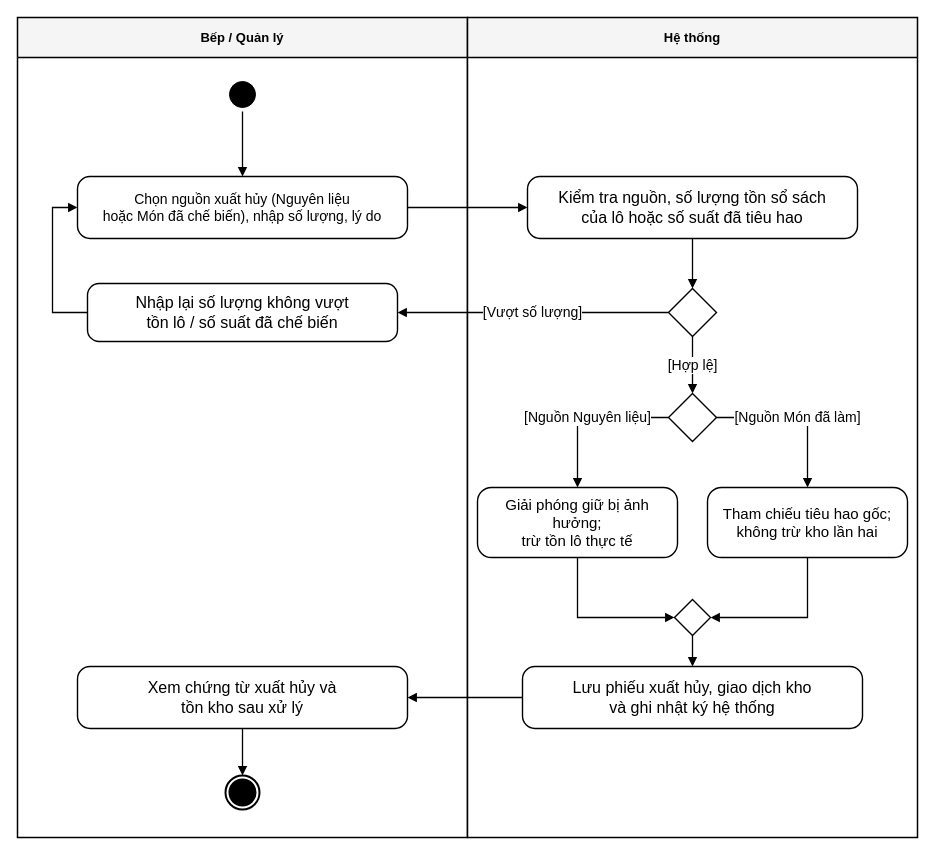
The draw.io diagram page "QT-16 — Xuất hủy nguyên liệu và món đã chế biến" (16 of 23) of docs/Quy_trinh_nghiep_vu_HeThongQuanLyNhaHang.drawio in nminhzzz/restaurant-management-ai, before the edit. Source tidied: cells renumbered, new cells numbered last; positions are measured from the earlier drawing's top-left corner, leaving out a move shared by most shapes. Both pictures are drawn from the tidied source at 100%, with x=0, y=0 at pixel (17, 17).
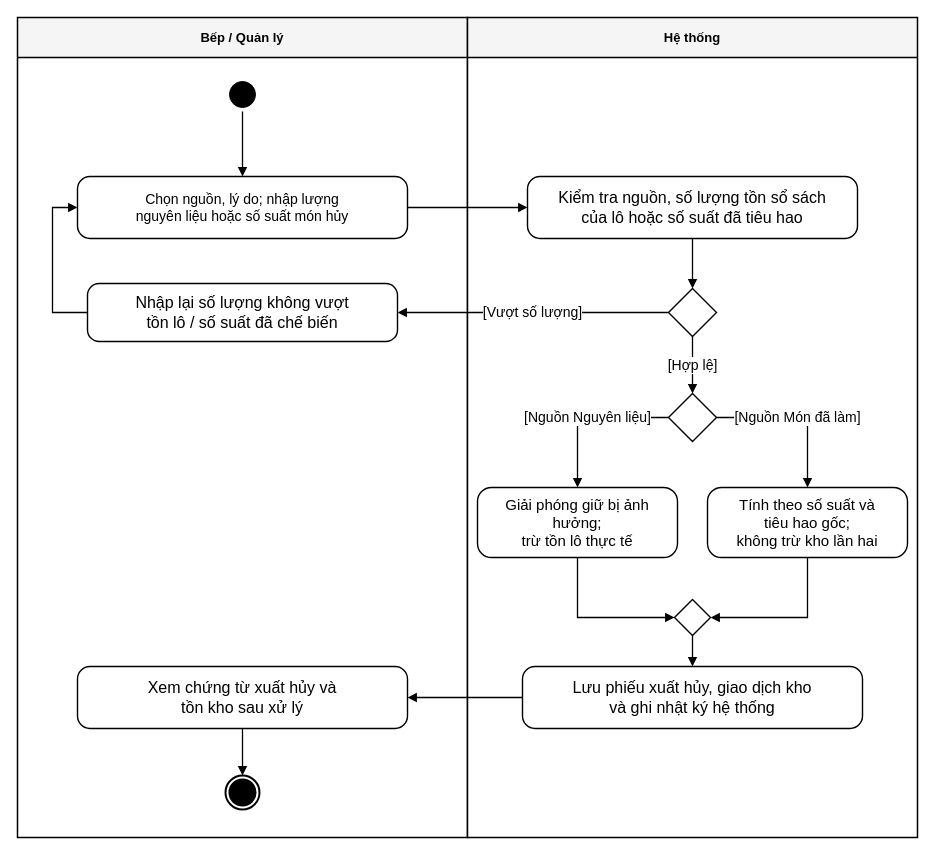
Above is the later version.

What changed in the source:
```diff
@@
-    <mxCell id="5" value="Chọn nguồn xuất hủy (Nguyên liệu&#10;hoặc Món đã chế biến), nhập số lượng, lý do" style="rounded=1;whiteSpace=wrap;html=1;arcSize=20;fillColor=#ffffff;strokeColor=#000000;strokeWidth=1.4;fontSize=14.0;fontColor=#000000;spacing=6;" parent="1" vertex="1">
+    <mxCell id="5" value="Chọn nguồn, lý do; nhập lượng&#10;nguyên liệu hoặc số suất món hủy" style="rounded=1;whiteSpace=wrap;html=1;arcSize=20;fillColor=#ffffff;strokeColor=#000000;strokeWidth=1.4;fontSize=14.0;fontColor=#000000;spacing=6;" parent="1" vertex="1">
       <mxGeometry x="60" y="159" width="330" height="62" as="geometry" />
     </mxCell>
@@
-    <mxCell id="11" value="Tham chiếu tiêu hao gốc;&#10;không trừ kho lần hai" style="rounded=1;whiteSpace=wrap;html=1;arcSize=20;fillColor=#ffffff;strokeColor=#000000;strokeWidth=1.4;fontSize=15.0;fontColor=#000000;spacing=6;" parent="1" vertex="1">
+    <mxCell id="11" value="Tính theo số suất và&#10;tiêu hao gốc;&#10;không trừ kho lần hai" style="rounded=1;whiteSpace=wrap;html=1;arcSize=20;fillColor=#ffffff;strokeColor=#000000;strokeWidth=1.4;fontSize=15.0;fontColor=#000000;spacing=6;" parent="1" vertex="1">
       <mxGeometry x="690" y="470" width="200" height="70" as="geometry" />
     </mxCell>
```
